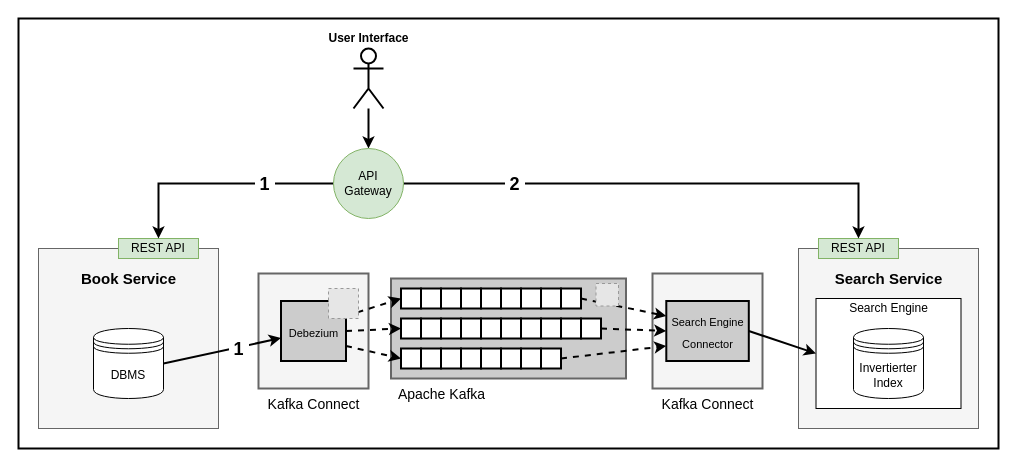
KotschM/LATEX_Bachelorarbeit keeps this draw.io diagram as page "CDC Aktualisierung" (3 of 3) of images/Datenpipelines.drawio. Above is the earlier version. Source tidied: cells renumbered, new cells numbered last; positions are measured from the earlier drawing's top-left corner, leaving out a move shared by most shapes. Both pictures are drawn from the tidied source at 100%, with x=0, y=0 at pixel (18, 18). Pictures stored in the file or linked from it are replaced by grey dashed boxes.
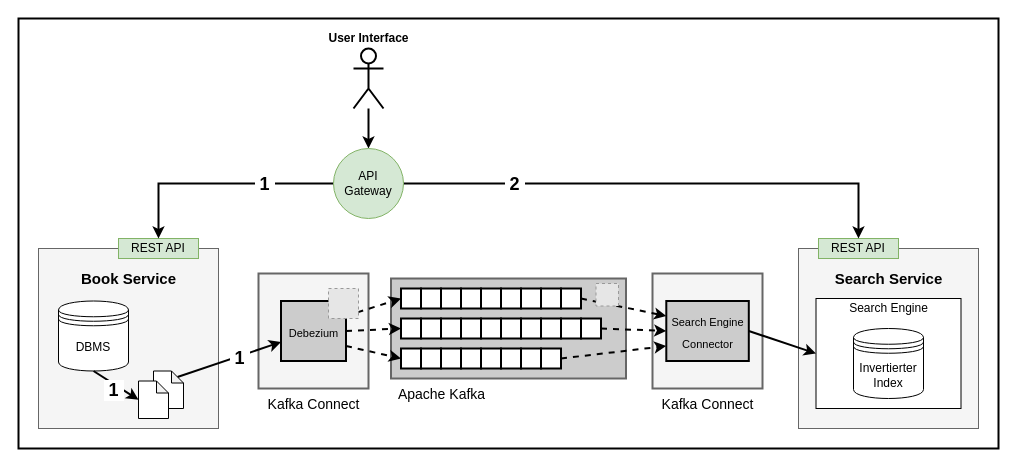
The same diagram, later.

The change refers to these unchanged cells:
```xml
<mxCell id="61" value="&lt;span style=&quot;font-size: 11px&quot;&gt;Debezium&lt;/span&gt;" style="rounded=0;whiteSpace=wrap;html=1;strokeWidth=2;fillColor=#CCCCCC;gradientColor=none;fontSize=18;" parent="1" vertex="1">
  <mxGeometry x="262.5" y="282.5" width="65" height="60" as="geometry" />
</mxCell>
```

The edit, as a diff of the source:
```diff
@@
-    <mxCell id="11" style="rounded=0;jettySize=auto;html=1;exitX=1;exitY=0.5;exitDx=0;exitDy=0;strokeWidth=2;fontSize=18;" parent="1" edge="1" source="13" target="61">
+    <mxCell id="11" style="rounded=0;jettySize=auto;html=1;strokeWidth=2;fontSize=18;exitX=0;exitY=0;exitDx=24;exitDy=6;exitPerimeter=0;" parent="1" edge="1" source="67" target="61">
       <mxGeometry relative="1" as="geometry" />
     </mxCell>
     <mxCell id="12" value="&lt;b&gt;&amp;nbsp;1&amp;nbsp;&lt;/b&gt;" style="edgeLabel;html=1;align=center;verticalAlign=middle;fontSize=18;" parent="11" vertex="1">
       <mxGeometry x="-0.22" y="-4" relative="1" as="geometry">
-        <mxPoint x="28" y="-8.9" as="offset" />
+        <mxPoint x="19" y="-9" as="offset" />
       </mxGeometry>
     </mxCell>
     <mxCell id="13" value="DBMS" style="shape=datastore;whiteSpace=wrap;html=1;" parent="1" vertex="1">
-      <mxGeometry x="75" y="310" width="70" height="70" as="geometry" />
+      <mxGeometry x="40" y="282.5" width="70" height="70" as="geometry" />
     </mxCell>
@@
+    <mxCell id="67" style="shape=note;whiteSpace=wrap;html=1;backgroundOutline=1;darkOpacity=0.05;size=12;" parent="1" vertex="1">
+      <mxGeometry x="135" y="352.5" width="30" height="37.5" as="geometry" />
+    </mxCell>
+    <mxCell id="68" style="shape=note;whiteSpace=wrap;html=1;backgroundOutline=1;darkOpacity=0.05;size=12;" parent="1" vertex="1">
+      <mxGeometry x="120" y="362.5" width="30" height="37.5" as="geometry" />
+    </mxCell>
+    <mxCell id="69" style="rounded=0;jettySize=auto;html=1;exitX=0.5;exitY=1;exitDx=0;exitDy=0;strokeWidth=2;fontSize=18;entryX=0;entryY=0.5;entryDx=0;entryDy=0;entryPerimeter=0;" parent="1" edge="1" source="13" target="68">
+      <mxGeometry relative="1" as="geometry" />
+    </mxCell>
+    <mxCell id="70" value="&lt;b&gt;&amp;nbsp;1&amp;nbsp;&lt;/b&gt;" style="edgeLabel;html=1;align=center;verticalAlign=middle;fontSize=18;" parent="69" vertex="1">
+      <mxGeometry x="-0.22" y="-4" relative="1" as="geometry">
+        <mxPoint x="4" y="4" as="offset" />
+      </mxGeometry>
+    </mxCell>
```
